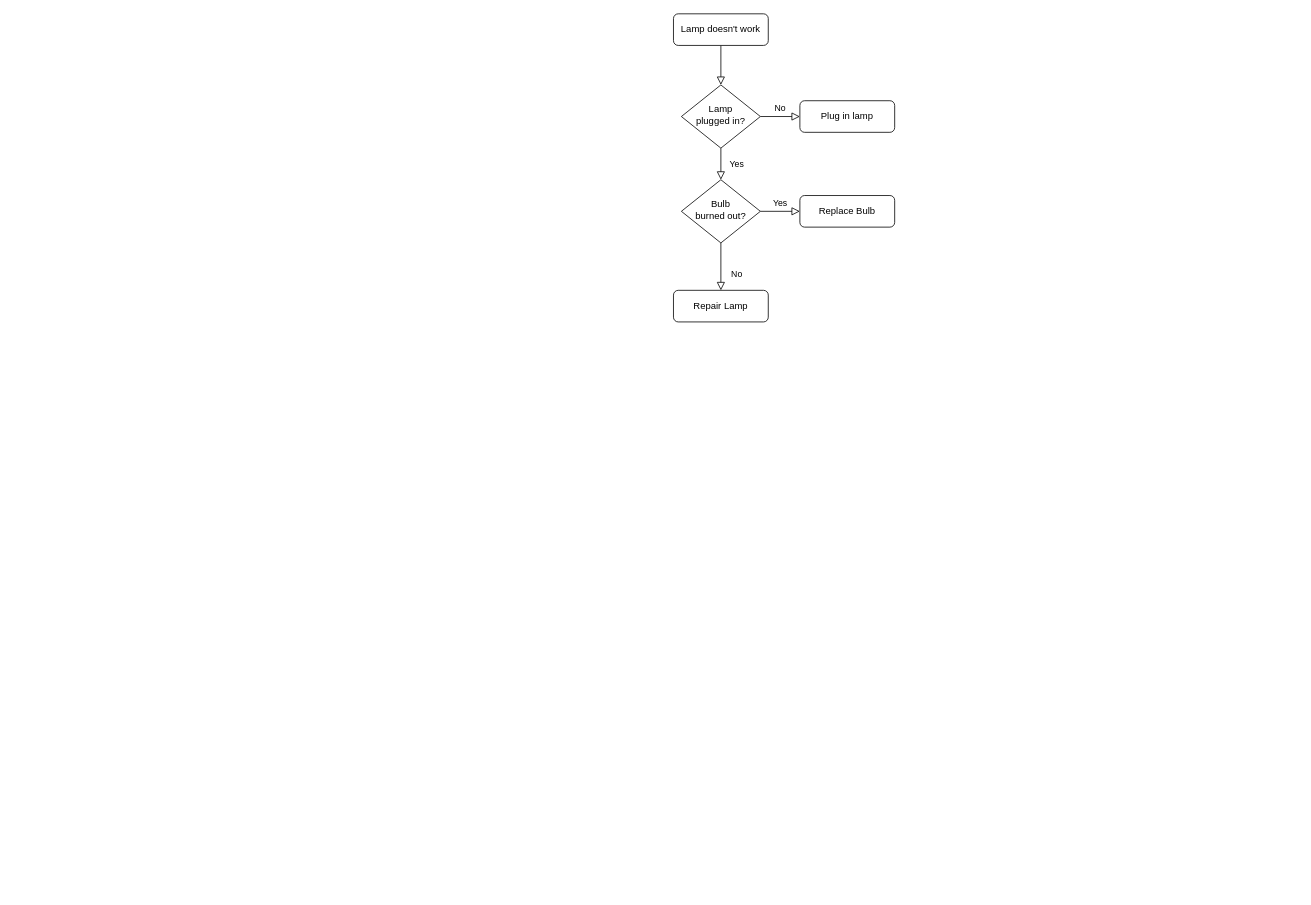
Above: flowchart.drawio in PBush705/SDLC (draw.io), before the change. Source tidied: cells renumbered, new cells numbered last; positions are measured from the earlier drawing's top-left corner, leaving out a move shared by most shapes. Both pictures are drawn from the tidied source at 79%, with x=0, y=0 at pixel (673, 13).
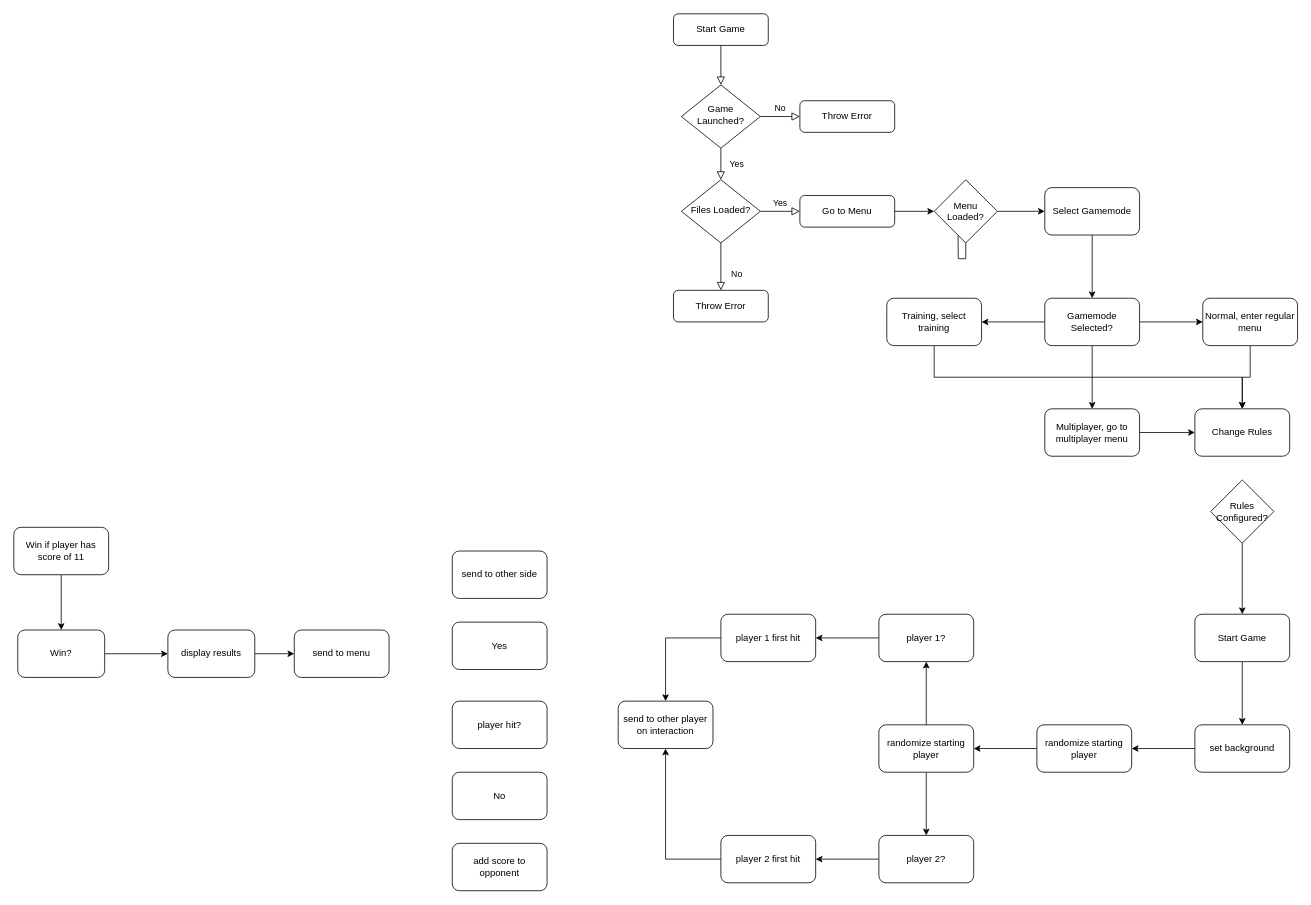
After the change.

Change to the diagram source:
```diff
@@
-    <mxCell id="3" value="Lamp doesn't work" style="rounded=1;whiteSpace=wrap;html=1;fontSize=12;glass=0;strokeWidth=1;shadow=0;" parent="1" vertex="1">
+    <mxCell id="3" value="Start Game" style="rounded=1;whiteSpace=wrap;html=1;fontSize=12;glass=0;strokeWidth=1;shadow=0;" parent="1" vertex="1">
       <mxGeometry width="120" height="40" as="geometry" />
     </mxCell>
@@
-    <mxCell id="6" value="Lamp&lt;br&gt;plugged in?" style="rhombus;whiteSpace=wrap;html=1;shadow=0;fontFamily=Helvetica;fontSize=12;align=center;strokeWidth=1;spacing=6;spacingTop=-4;" parent="1" vertex="1">
+    <mxCell id="6" value="Game Launched?" style="rhombus;whiteSpace=wrap;html=1;shadow=0;fontFamily=Helvetica;fontSize=12;align=center;strokeWidth=1;spacing=6;spacingTop=-4;" parent="1" vertex="1">
       <mxGeometry x="10" y="90" width="100" height="80" as="geometry" />
     </mxCell>
-    <mxCell id="7" value="Plug in lamp" style="rounded=1;whiteSpace=wrap;html=1;fontSize=12;glass=0;strokeWidth=1;shadow=0;" parent="1" vertex="1">
+    <mxCell id="7" value="Throw Error" style="rounded=1;whiteSpace=wrap;html=1;fontSize=12;glass=0;strokeWidth=1;shadow=0;" parent="1" vertex="1">
       <mxGeometry x="160" y="110" width="120" height="40" as="geometry" />
     </mxCell>
@@
-    <mxCell id="10" value="Bulb&lt;br&gt;burned out?" style="rhombus;whiteSpace=wrap;html=1;shadow=0;fontFamily=Helvetica;fontSize=12;align=center;strokeWidth=1;spacing=6;spacingTop=-4;" parent="1" vertex="1">
+    <mxCell id="10" value="Files Loaded?" style="rhombus;whiteSpace=wrap;html=1;shadow=0;fontFamily=Helvetica;fontSize=12;align=center;strokeWidth=1;spacing=6;spacingTop=-4;" parent="1" vertex="1">
       <mxGeometry x="10" y="210" width="100" height="80" as="geometry" />
     </mxCell>
-    <mxCell id="11" value="Repair Lamp" style="rounded=1;whiteSpace=wrap;html=1;fontSize=12;glass=0;strokeWidth=1;shadow=0;" parent="1" vertex="1">
+    <mxCell id="11" value="Throw Error" style="rounded=1;whiteSpace=wrap;html=1;fontSize=12;glass=0;strokeWidth=1;shadow=0;" parent="1" vertex="1">
       <mxGeometry y="350" width="120" height="40" as="geometry" />
     </mxCell>
+    <mxCell id="13" style="edgeStyle=orthogonalEdgeStyle;rounded=0;jettySize=auto;html=1;" parent="1" edge="1" source="16">
+      <mxGeometry relative="1" as="geometry">
+        <mxPoint x="360" y="250" as="targetPoint" />
+      </mxGeometry>
+    </mxCell>
-    <mxCell id="12" value="Replace Bulb" style="rounded=1;whiteSpace=wrap;html=1;fontSize=12;glass=0;strokeWidth=1;shadow=0;" parent="1" vertex="1">
+    <mxCell id="12" value="Go to Menu" style="rounded=1;whiteSpace=wrap;html=1;fontSize=12;glass=0;strokeWidth=1;shadow=0;" parent="1" vertex="1">
       <mxGeometry x="160" y="230" width="120" height="40" as="geometry" />
     </mxCell>
+    <mxCell id="14" style="edgeStyle=orthogonalEdgeStyle;rounded=0;jettySize=auto;html=1;" parent="1" edge="1" source="12" target="16">
+      <mxGeometry relative="1" as="geometry" />
+    </mxCell>
+    <mxCell id="15" style="edgeStyle=orthogonalEdgeStyle;rounded=0;jettySize=auto;html=1;" parent="1" edge="1" source="16" target="18">
+      <mxGeometry relative="1" as="geometry" />
+    </mxCell>
+    <mxCell id="16" value="Menu Loaded?" style="rhombus;whiteSpace=wrap;html=1;" parent="1" vertex="1">
+      <mxGeometry x="330" y="210" width="80" height="80" as="geometry" />
+    </mxCell>
+    <mxCell id="17" style="edgeStyle=orthogonalEdgeStyle;rounded=0;jettySize=auto;html=1;" parent="1" edge="1" source="18" target="22">
+      <mxGeometry relative="1" as="geometry" />
+    </mxCell>
+    <mxCell id="18" value="Select Gamemode" style="rounded=1;whiteSpace=wrap;html=1;" parent="1" vertex="1">
+      <mxGeometry x="470" y="220" width="120" height="60" as="geometry" />
+    </mxCell>
+    <mxCell id="19" style="edgeStyle=orthogonalEdgeStyle;rounded=0;jettySize=auto;html=1;" parent="1" edge="1" source="22" target="24">
+      <mxGeometry relative="1" as="geometry" />
+    </mxCell>
+    <mxCell id="20" style="edgeStyle=orthogonalEdgeStyle;rounded=0;jettySize=auto;html=1;" parent="1" edge="1" source="22" target="26">
+      <mxGeometry relative="1" as="geometry" />
+    </mxCell>
+    <mxCell id="21" style="edgeStyle=orthogonalEdgeStyle;rounded=0;jettySize=auto;html=1;" parent="1" edge="1" source="22" target="28">
+      <mxGeometry relative="1" as="geometry" />
+    </mxCell>
+    <mxCell id="22" value="Gamemode Selected?" style="rounded=1;whiteSpace=wrap;html=1;" parent="1" vertex="1">
+      <mxGeometry x="470" y="360" width="120" height="60" as="geometry" />
+    </mxCell>
+    <mxCell id="23" style="edgeStyle=orthogonalEdgeStyle;rounded=0;jettySize=auto;html=1;" parent="1" edge="1" source="24" target="29">
+      <mxGeometry relative="1" as="geometry" />
+    </mxCell>
+    <mxCell id="24" value="Normal, enter regular menu" style="rounded=1;whiteSpace=wrap;html=1;" parent="1" vertex="1">
+      <mxGeometry x="670" y="360" width="120" height="60" as="geometry" />
+    </mxCell>
+    <mxCell id="25" style="edgeStyle=orthogonalEdgeStyle;rounded=0;jettySize=auto;html=1;" parent="1" edge="1" source="26" target="29">
+      <mxGeometry relative="1" as="geometry">
+        <Array as="points">
+          <mxPoint x="330" y="460" />
+          <mxPoint x="720" y="460" />
+        </Array>
+      </mxGeometry>
+    </mxCell>
+    <mxCell id="26" value="Training, select training" style="rounded=1;whiteSpace=wrap;html=1;" parent="1" vertex="1">
+      <mxGeometry x="270" y="360" width="120" height="60" as="geometry" />
+    </mxCell>
+    <mxCell id="27" style="edgeStyle=orthogonalEdgeStyle;rounded=0;jettySize=auto;html=1;" parent="1" edge="1" source="28" target="29">
+      <mxGeometry relative="1" as="geometry" />
+    </mxCell>
+    <mxCell id="28" value="Multiplayer, go to multiplayer menu" style="rounded=1;whiteSpace=wrap;html=1;" parent="1" vertex="1">
+      <mxGeometry x="470" y="500" width="120" height="60" as="geometry" />
+    </mxCell>
+    <mxCell id="29" value="Change Rules" style="rounded=1;whiteSpace=wrap;html=1;" parent="1" vertex="1">
+      <mxGeometry x="660" y="500" width="120" height="60" as="geometry" />
+    </mxCell>
+    <mxCell id="30" style="edgeStyle=orthogonalEdgeStyle;rounded=0;jettySize=auto;html=1;" parent="1" edge="1" source="31" target="33">
+      <mxGeometry relative="1" as="geometry" />
+    </mxCell>
+    <mxCell id="31" value="Rules Configured?" style="rhombus;whiteSpace=wrap;html=1;" parent="1" vertex="1">
+      <mxGeometry x="680" y="590" width="80" height="80" as="geometry" />
+    </mxCell>
+    <mxCell id="32" style="edgeStyle=orthogonalEdgeStyle;rounded=0;jettySize=auto;html=1;" parent="1" edge="1" source="33" target="35">
+      <mxGeometry relative="1" as="geometry" />
+    </mxCell>
+    <mxCell id="33" value="Start Game" style="rounded=1;whiteSpace=wrap;html=1;" parent="1" vertex="1">
+      <mxGeometry x="660" y="760" width="120" height="60" as="geometry" />
+    </mxCell>
+    <mxCell id="34" style="edgeStyle=orthogonalEdgeStyle;rounded=0;jettySize=auto;html=1;" parent="1" edge="1" source="35" target="37">
+      <mxGeometry relative="1" as="geometry" />
+    </mxCell>
+    <mxCell id="35" value="set background" style="rounded=1;whiteSpace=wrap;html=1;" parent="1" vertex="1">
+      <mxGeometry x="660" y="900" width="120" height="60" as="geometry" />
+    </mxCell>
+    <mxCell id="36" style="edgeStyle=orthogonalEdgeStyle;rounded=0;jettySize=auto;html=1;" parent="1" edge="1" source="37" target="40">
+      <mxGeometry relative="1" as="geometry" />
+    </mxCell>
+    <mxCell id="37" value="randomize starting player" style="rounded=1;whiteSpace=wrap;html=1;" parent="1" vertex="1">
+      <mxGeometry x="460" y="900" width="120" height="60" as="geometry" />
+    </mxCell>
+    <mxCell id="38" style="edgeStyle=orthogonalEdgeStyle;rounded=0;jettySize=auto;html=1;" parent="1" edge="1" source="40" target="42">
+      <mxGeometry relative="1" as="geometry" />
+    </mxCell>
+    <mxCell id="39" style="edgeStyle=orthogonalEdgeStyle;rounded=0;jettySize=auto;html=1;" parent="1" edge="1" source="40" target="44">
+      <mxGeometry relative="1" as="geometry" />
+    </mxCell>
+    <mxCell id="40" value="randomize starting player" style="rounded=1;whiteSpace=wrap;html=1;" parent="1" vertex="1">
+      <mxGeometry x="260" y="900" width="120" height="60" as="geometry" />
+    </mxCell>
+    <mxCell id="41" style="edgeStyle=orthogonalEdgeStyle;rounded=0;jettySize=auto;html=1;" parent="1" edge="1" source="42" target="46">
+      <mxGeometry relative="1" as="geometry" />
+    </mxCell>
+    <mxCell id="42" value="player 1?" style="rounded=1;whiteSpace=wrap;html=1;" parent="1" vertex="1">
+      <mxGeometry x="260" y="760" width="120" height="60" as="geometry" />
+    </mxCell>
+    <mxCell id="43" style="edgeStyle=orthogonalEdgeStyle;rounded=0;jettySize=auto;html=1;" parent="1" edge="1" source="44" target="48">
+      <mxGeometry relative="1" as="geometry" />
+    </mxCell>
+    <mxCell id="44" value="player 2?" style="rounded=1;whiteSpace=wrap;html=1;" parent="1" vertex="1">
+      <mxGeometry x="260" y="1040" width="120" height="60" as="geometry" />
+    </mxCell>
+    <mxCell id="45" style="edgeStyle=orthogonalEdgeStyle;rounded=0;jettySize=auto;html=1;entryX=0.5;entryY=0;entryDx=0;entryDy=0;" parent="1" edge="1" source="46" target="49">
+      <mxGeometry relative="1" as="geometry" />
+    </mxCell>
+    <mxCell id="46" value="player 1 first hit" style="rounded=1;whiteSpace=wrap;html=1;" parent="1" vertex="1">
+      <mxGeometry x="60" y="760" width="120" height="60" as="geometry" />
+    </mxCell>
+    <mxCell id="47" style="edgeStyle=orthogonalEdgeStyle;rounded=0;jettySize=auto;html=1;" parent="1" edge="1" source="48" target="49">
+      <mxGeometry relative="1" as="geometry" />
+    </mxCell>
+    <mxCell id="48" value="player 2 first hit" style="rounded=1;whiteSpace=wrap;html=1;" parent="1" vertex="1">
+      <mxGeometry x="60" y="1040" width="120" height="60" as="geometry" />
+    </mxCell>
+    <mxCell id="49" value="send to other player on interaction" style="rounded=1;whiteSpace=wrap;html=1;" parent="1" vertex="1">
+      <mxGeometry x="-70" y="870" width="120" height="60" as="geometry" />
+    </mxCell>
+    <mxCell id="50" value="player hit?" style="rounded=1;whiteSpace=wrap;html=1;" parent="1" vertex="1">
+      <mxGeometry x="-280" y="870" width="120" height="60" as="geometry" />
+    </mxCell>
+    <mxCell id="51" value="Yes" style="rounded=1;whiteSpace=wrap;html=1;" parent="1" vertex="1">
+      <mxGeometry x="-280" y="770" width="120" height="60" as="geometry" />
+    </mxCell>
+    <mxCell id="52" value="No" style="rounded=1;whiteSpace=wrap;html=1;" parent="1" vertex="1">
+      <mxGeometry x="-280" y="960" width="120" height="60" as="geometry" />
+    </mxCell>
+    <mxCell id="53" value="send to other side" style="rounded=1;whiteSpace=wrap;html=1;" parent="1" vertex="1">
+      <mxGeometry x="-280" y="680" width="120" height="60" as="geometry" />
+    </mxCell>
+    <mxCell id="54" value="add score to opponent" style="rounded=1;whiteSpace=wrap;html=1;" parent="1" vertex="1">
+      <mxGeometry x="-280" y="1050" width="120" height="60" as="geometry" />
+    </mxCell>
+    <mxCell id="55" style="edgeStyle=orthogonalEdgeStyle;rounded=0;jettySize=auto;html=1;" parent="1" edge="1" source="56" target="58">
+      <mxGeometry relative="1" as="geometry" />
+    </mxCell>
+    <mxCell id="56" value="Win?" style="rounded=1;whiteSpace=wrap;html=1;" parent="1" vertex="1">
+      <mxGeometry x="-830" y="780" width="110" height="60" as="geometry" />
+    </mxCell>
+    <mxCell id="57" style="edgeStyle=orthogonalEdgeStyle;rounded=0;jettySize=auto;html=1;" parent="1" edge="1" source="58" target="59">
+      <mxGeometry relative="1" as="geometry" />
+    </mxCell>
+    <mxCell id="58" value="display results" style="rounded=1;whiteSpace=wrap;html=1;" parent="1" vertex="1">
+      <mxGeometry x="-640" y="780" width="110" height="60" as="geometry" />
+    </mxCell>
+    <mxCell id="59" value="send to menu" style="rounded=1;whiteSpace=wrap;html=1;" parent="1" vertex="1">
+      <mxGeometry x="-480" y="780" width="120" height="60" as="geometry" />
+    </mxCell>
+    <mxCell id="60" style="edgeStyle=orthogonalEdgeStyle;rounded=0;jettySize=auto;html=1;" parent="1" edge="1" source="61" target="56">
+      <mxGeometry relative="1" as="geometry" />
+    </mxCell>
+    <mxCell id="61" value="Win if player has score of 11" style="rounded=1;whiteSpace=wrap;html=1;" parent="1" vertex="1">
+      <mxGeometry x="-835" y="650" width="120" height="60" as="geometry" />
+    </mxCell>
```
